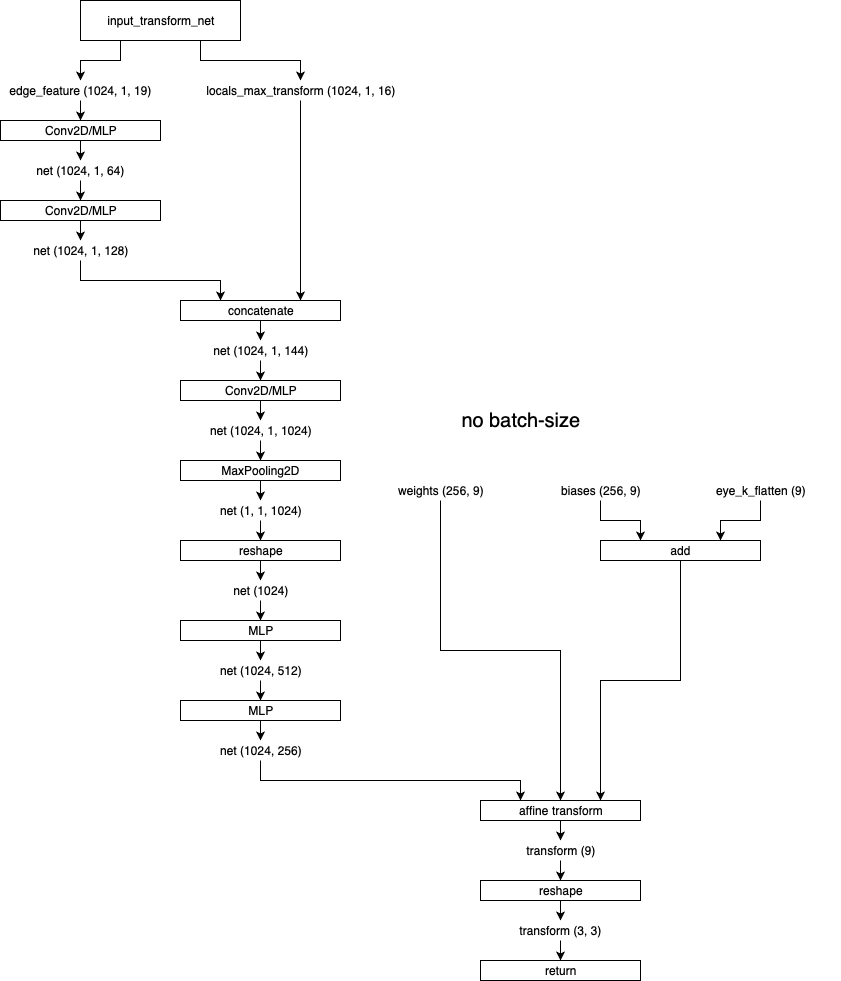
Above: resources/GAPNet-input_transform_net.png in AI-Guru/pointcloud_experiments (draw.io), before the change. Source tidied: cells renumbered, new cells last; positions are measured from the earlier drawing's top-left corner, leaving out a move shared by most shapes. Its diagram source:
```xml
<mxGraphModel>
  <root>
    <mxCell id="0" />
    <mxCell id="1" parent="0" />
    <mxCell id="2" style="edgeStyle=orthogonalEdgeStyle;rounded=0;jettySize=auto;html=1;exitX=0.25;exitY=1;exitDx=0;exitDy=0;entryX=0.5;entryY=0;entryDx=0;entryDy=0;" parent="1" edge="1" source="4" target="6">
      <mxGeometry relative="1" as="geometry" />
    </mxCell>
    <mxCell id="3" style="edgeStyle=orthogonalEdgeStyle;rounded=0;jettySize=auto;html=1;exitX=0.75;exitY=1;exitDx=0;exitDy=0;entryX=0.5;entryY=0;entryDx=0;entryDy=0;" parent="1" edge="1" source="4" target="10">
      <mxGeometry relative="1" as="geometry" />
    </mxCell>
    <mxCell id="4" value="input_transform_net" style="rounded=0;whiteSpace=wrap;html=1;" parent="1" vertex="1">
      <mxGeometry x="80" width="160" height="40" as="geometry" />
    </mxCell>
    <mxCell id="5" style="edgeStyle=orthogonalEdgeStyle;rounded=0;jettySize=auto;html=1;exitX=0.5;exitY=1;exitDx=0;exitDy=0;entryX=0.5;entryY=0;entryDx=0;entryDy=0;" parent="1" edge="1" source="6" target="8">
      <mxGeometry relative="1" as="geometry" />
    </mxCell>
    <mxCell id="6" value="edge_feature (1024, 1, 19)" style="text;html=1;strokeColor=none;fillColor=none;align=center;verticalAlign=middle;whiteSpace=wrap;rounded=0;" parent="1" vertex="1">
      <mxGeometry y="80" width="160" height="20" as="geometry" />
    </mxCell>
    <mxCell id="7" style="edgeStyle=orthogonalEdgeStyle;rounded=0;jettySize=auto;html=1;exitX=0.5;exitY=1;exitDx=0;exitDy=0;entryX=0.5;entryY=0;entryDx=0;entryDy=0;" parent="1" edge="1" source="8" target="12">
      <mxGeometry relative="1" as="geometry" />
    </mxCell>
    <mxCell id="8" value="Conv2D/MLP" style="rounded=0;whiteSpace=wrap;html=1;" parent="1" vertex="1">
      <mxGeometry y="120" width="160" height="20" as="geometry" />
    </mxCell>
    <mxCell id="9" style="edgeStyle=orthogonalEdgeStyle;rounded=0;jettySize=auto;html=1;exitX=0.5;exitY=1;exitDx=0;exitDy=0;entryX=0.75;entryY=0;entryDx=0;entryDy=0;" parent="1" edge="1" source="10" target="18">
      <mxGeometry relative="1" as="geometry" />
    </mxCell>
    <mxCell id="10" value="locals_max_transform (1024, 1, 16)" style="text;html=1;strokeColor=none;fillColor=none;align=center;verticalAlign=middle;whiteSpace=wrap;rounded=0;" parent="1" vertex="1">
      <mxGeometry x="200" y="80" width="200" height="20" as="geometry" />
    </mxCell>
    <mxCell id="11" style="edgeStyle=orthogonalEdgeStyle;rounded=0;jettySize=auto;html=1;exitX=0.5;exitY=1;exitDx=0;exitDy=0;entryX=0.5;entryY=0;entryDx=0;entryDy=0;" parent="1" edge="1" source="12" target="14">
      <mxGeometry relative="1" as="geometry" />
    </mxCell>
    <mxCell id="12" value="net (1024, 1, 64)" style="text;html=1;strokeColor=none;fillColor=none;align=center;verticalAlign=middle;whiteSpace=wrap;rounded=0;" parent="1" vertex="1">
      <mxGeometry y="160" width="160" height="20" as="geometry" />
    </mxCell>
    <mxCell id="13" style="edgeStyle=orthogonalEdgeStyle;rounded=0;jettySize=auto;html=1;exitX=0.5;exitY=1;exitDx=0;exitDy=0;entryX=0.5;entryY=0;entryDx=0;entryDy=0;" parent="1" edge="1" source="14" target="16">
      <mxGeometry relative="1" as="geometry" />
    </mxCell>
    <mxCell id="14" value="Conv2D/MLP" style="rounded=0;whiteSpace=wrap;html=1;" parent="1" vertex="1">
      <mxGeometry y="200" width="160" height="20" as="geometry" />
    </mxCell>
    <mxCell id="15" style="edgeStyle=orthogonalEdgeStyle;rounded=0;jettySize=auto;html=1;exitX=0.5;exitY=1;exitDx=0;exitDy=0;entryX=0.25;entryY=0;entryDx=0;entryDy=0;" parent="1" edge="1" source="16" target="18">
      <mxGeometry relative="1" as="geometry" />
    </mxCell>
    <mxCell id="16" value="net (1024, 1, 128)" style="text;html=1;strokeColor=none;fillColor=none;align=center;verticalAlign=middle;whiteSpace=wrap;rounded=0;" parent="1" vertex="1">
      <mxGeometry y="240" width="160" height="20" as="geometry" />
    </mxCell>
    <mxCell id="17" style="edgeStyle=orthogonalEdgeStyle;rounded=0;jettySize=auto;html=1;exitX=0.5;exitY=1;exitDx=0;exitDy=0;entryX=0.5;entryY=0;entryDx=0;entryDy=0;" parent="1" edge="1" source="18" target="20">
      <mxGeometry relative="1" as="geometry" />
    </mxCell>
    <mxCell id="18" value="concatenate" style="rounded=0;whiteSpace=wrap;html=1;" parent="1" vertex="1">
      <mxGeometry x="180" y="300" width="160" height="20" as="geometry" />
    </mxCell>
    <mxCell id="19" style="edgeStyle=orthogonalEdgeStyle;rounded=0;jettySize=auto;html=1;exitX=0.5;exitY=1;exitDx=0;exitDy=0;entryX=0.5;entryY=0;entryDx=0;entryDy=0;" parent="1" edge="1" source="20" target="22">
      <mxGeometry relative="1" as="geometry" />
    </mxCell>
    <mxCell id="20" value="net (1024, 1, 144)" style="text;html=1;strokeColor=none;fillColor=none;align=center;verticalAlign=middle;whiteSpace=wrap;rounded=0;" parent="1" vertex="1">
      <mxGeometry x="180" y="340" width="160" height="20" as="geometry" />
    </mxCell>
    <mxCell id="21" style="edgeStyle=orthogonalEdgeStyle;rounded=0;jettySize=auto;html=1;exitX=0.5;exitY=1;exitDx=0;exitDy=0;entryX=0.5;entryY=0;entryDx=0;entryDy=0;" parent="1" edge="1" source="22" target="24">
      <mxGeometry relative="1" as="geometry" />
    </mxCell>
    <mxCell id="22" value="Conv2D/MLP" style="rounded=0;whiteSpace=wrap;html=1;" parent="1" vertex="1">
      <mxGeometry x="180" y="380" width="160" height="20" as="geometry" />
    </mxCell>
    <mxCell id="23" style="edgeStyle=orthogonalEdgeStyle;rounded=0;jettySize=auto;html=1;exitX=0.5;exitY=1;exitDx=0;exitDy=0;entryX=0.5;entryY=0;entryDx=0;entryDy=0;" parent="1" edge="1" source="24" target="26">
      <mxGeometry relative="1" as="geometry" />
    </mxCell>
    <mxCell id="24" value="net (1024, 1, 1024)" style="text;html=1;strokeColor=none;fillColor=none;align=center;verticalAlign=middle;whiteSpace=wrap;rounded=0;" parent="1" vertex="1">
      <mxGeometry x="180" y="420" width="160" height="20" as="geometry" />
    </mxCell>
    <mxCell id="25" style="edgeStyle=orthogonalEdgeStyle;rounded=0;jettySize=auto;html=1;exitX=0.5;exitY=1;exitDx=0;exitDy=0;entryX=0.5;entryY=0;entryDx=0;entryDy=0;" parent="1" edge="1" source="26" target="28">
      <mxGeometry relative="1" as="geometry" />
    </mxCell>
    <mxCell id="26" value="MaxPooling2D" style="rounded=0;whiteSpace=wrap;html=1;" parent="1" vertex="1">
      <mxGeometry x="180" y="460" width="160" height="20" as="geometry" />
    </mxCell>
    <mxCell id="27" style="edgeStyle=orthogonalEdgeStyle;rounded=0;jettySize=auto;html=1;exitX=0.5;exitY=1;exitDx=0;exitDy=0;entryX=0.5;entryY=0;entryDx=0;entryDy=0;" parent="1" edge="1" source="28" target="30">
      <mxGeometry relative="1" as="geometry" />
    </mxCell>
    <mxCell id="28" value="net (1, 1, 1024)" style="text;html=1;strokeColor=none;fillColor=none;align=center;verticalAlign=middle;whiteSpace=wrap;rounded=0;" parent="1" vertex="1">
      <mxGeometry x="180" y="500" width="160" height="20" as="geometry" />
    </mxCell>
    <mxCell id="29" style="edgeStyle=orthogonalEdgeStyle;rounded=0;jettySize=auto;html=1;exitX=0.5;exitY=1;exitDx=0;exitDy=0;entryX=0.5;entryY=0;entryDx=0;entryDy=0;" parent="1" edge="1" source="30" target="32">
      <mxGeometry relative="1" as="geometry" />
    </mxCell>
    <mxCell id="30" value="reshape" style="rounded=0;whiteSpace=wrap;html=1;" parent="1" vertex="1">
      <mxGeometry x="180" y="540" width="160" height="20" as="geometry" />
    </mxCell>
    <mxCell id="31" style="edgeStyle=orthogonalEdgeStyle;rounded=0;jettySize=auto;html=1;exitX=0.5;exitY=1;exitDx=0;exitDy=0;entryX=0.5;entryY=0;entryDx=0;entryDy=0;" parent="1" edge="1" source="32" target="34">
      <mxGeometry relative="1" as="geometry" />
    </mxCell>
    <mxCell id="32" value="net (1024)" style="text;html=1;strokeColor=none;fillColor=none;align=center;verticalAlign=middle;whiteSpace=wrap;rounded=0;" parent="1" vertex="1">
      <mxGeometry x="180" y="580" width="160" height="20" as="geometry" />
    </mxCell>
    <mxCell id="33" style="edgeStyle=orthogonalEdgeStyle;rounded=0;jettySize=auto;html=1;exitX=0.5;exitY=1;exitDx=0;exitDy=0;entryX=0.5;entryY=0;entryDx=0;entryDy=0;" parent="1" edge="1" source="34" target="36">
      <mxGeometry relative="1" as="geometry" />
    </mxCell>
    <mxCell id="34" value="MLP" style="rounded=0;whiteSpace=wrap;html=1;" parent="1" vertex="1">
      <mxGeometry x="180" y="620" width="160" height="20" as="geometry" />
    </mxCell>
    <mxCell id="35" style="edgeStyle=orthogonalEdgeStyle;rounded=0;jettySize=auto;html=1;exitX=0.5;exitY=1;exitDx=0;exitDy=0;entryX=0.5;entryY=0;entryDx=0;entryDy=0;" parent="1" edge="1" source="36" target="38">
      <mxGeometry relative="1" as="geometry" />
    </mxCell>
    <mxCell id="36" value="net (1024, 512)" style="text;html=1;strokeColor=none;fillColor=none;align=center;verticalAlign=middle;whiteSpace=wrap;rounded=0;" parent="1" vertex="1">
      <mxGeometry x="180" y="660" width="160" height="20" as="geometry" />
    </mxCell>
    <mxCell id="37" style="edgeStyle=orthogonalEdgeStyle;rounded=0;jettySize=auto;html=1;exitX=0.5;exitY=1;exitDx=0;exitDy=0;entryX=0.5;entryY=0;entryDx=0;entryDy=0;" parent="1" edge="1" source="38" target="40">
      <mxGeometry relative="1" as="geometry" />
    </mxCell>
    <mxCell id="38" value="MLP" style="rounded=0;whiteSpace=wrap;html=1;" parent="1" vertex="1">
      <mxGeometry x="180" y="700" width="160" height="20" as="geometry" />
    </mxCell>
    <mxCell id="39" style="edgeStyle=orthogonalEdgeStyle;rounded=0;jettySize=auto;html=1;exitX=0.5;exitY=1;exitDx=0;exitDy=0;entryX=0.25;entryY=0;entryDx=0;entryDy=0;" parent="1" edge="1" source="40" target="51">
      <mxGeometry relative="1" as="geometry" />
    </mxCell>
    <mxCell id="40" value="net (1024, 256)" style="text;html=1;strokeColor=none;fillColor=none;align=center;verticalAlign=middle;whiteSpace=wrap;rounded=0;" parent="1" vertex="1">
      <mxGeometry x="180" y="740" width="160" height="20" as="geometry" />
    </mxCell>
    <mxCell id="41" style="edgeStyle=orthogonalEdgeStyle;rounded=0;jettySize=auto;html=1;exitX=0.5;exitY=1;exitDx=0;exitDy=0;entryX=0.5;entryY=0;entryDx=0;entryDy=0;" parent="1" edge="1" source="42" target="51">
      <mxGeometry relative="1" as="geometry" />
    </mxCell>
    <mxCell id="42" value="weights (256, 9)" style="text;html=1;strokeColor=none;fillColor=none;align=center;verticalAlign=middle;whiteSpace=wrap;rounded=0;" parent="1" vertex="1">
      <mxGeometry x="360" y="480" width="160" height="20" as="geometry" />
    </mxCell>
    <mxCell id="43" value="&lt;font style=&quot;font-size: 20px&quot;&gt;no batch-size&lt;/font&gt;" style="text;html=1;strokeColor=none;fillColor=none;align=center;verticalAlign=middle;whiteSpace=wrap;rounded=0;" parent="1" vertex="1">
      <mxGeometry x="440" y="400" width="160" height="40" as="geometry" />
    </mxCell>
    <mxCell id="44" style="edgeStyle=orthogonalEdgeStyle;rounded=0;jettySize=auto;html=1;exitX=0.5;exitY=1;exitDx=0;exitDy=0;entryX=0.25;entryY=0;entryDx=0;entryDy=0;" parent="1" edge="1" source="45" target="49">
      <mxGeometry relative="1" as="geometry" />
    </mxCell>
    <mxCell id="45" value="biases (256, 9)" style="text;html=1;strokeColor=none;fillColor=none;align=center;verticalAlign=middle;whiteSpace=wrap;rounded=0;" parent="1" vertex="1">
      <mxGeometry x="520" y="480" width="160" height="20" as="geometry" />
    </mxCell>
    <mxCell id="46" style="edgeStyle=orthogonalEdgeStyle;rounded=0;jettySize=auto;html=1;exitX=0.5;exitY=1;exitDx=0;exitDy=0;entryX=0.75;entryY=0;entryDx=0;entryDy=0;" parent="1" edge="1" source="47" target="49">
      <mxGeometry relative="1" as="geometry" />
    </mxCell>
    <mxCell id="47" value="eye_k_flatten (9)" style="text;html=1;strokeColor=none;fillColor=none;align=center;verticalAlign=middle;whiteSpace=wrap;rounded=0;" parent="1" vertex="1">
      <mxGeometry x="680" y="480" width="160" height="20" as="geometry" />
    </mxCell>
    <mxCell id="48" style="edgeStyle=orthogonalEdgeStyle;rounded=0;jettySize=auto;html=1;exitX=0.5;exitY=1;exitDx=0;exitDy=0;entryX=0.75;entryY=0;entryDx=0;entryDy=0;" parent="1" edge="1" source="49" target="51">
      <mxGeometry relative="1" as="geometry" />
    </mxCell>
    <mxCell id="49" value="add" style="rounded=0;whiteSpace=wrap;html=1;" parent="1" vertex="1">
      <mxGeometry x="600" y="540" width="160" height="20" as="geometry" />
    </mxCell>
    <mxCell id="50" style="edgeStyle=orthogonalEdgeStyle;rounded=0;jettySize=auto;html=1;exitX=0.5;exitY=1;exitDx=0;exitDy=0;entryX=0.5;entryY=0;entryDx=0;entryDy=0;" parent="1" edge="1" source="51" target="53">
      <mxGeometry relative="1" as="geometry" />
    </mxCell>
    <mxCell id="51" value="affine transform" style="rounded=0;whiteSpace=wrap;html=1;" parent="1" vertex="1">
      <mxGeometry x="480" y="800" width="160" height="20" as="geometry" />
    </mxCell>
    <mxCell id="52" style="edgeStyle=orthogonalEdgeStyle;rounded=0;jettySize=auto;html=1;exitX=0.5;exitY=1;exitDx=0;exitDy=0;entryX=0.5;entryY=0;entryDx=0;entryDy=0;" parent="1" edge="1" source="53" target="55">
      <mxGeometry relative="1" as="geometry" />
    </mxCell>
    <mxCell id="53" value="transform (9)" style="text;html=1;strokeColor=none;fillColor=none;align=center;verticalAlign=middle;whiteSpace=wrap;rounded=0;" parent="1" vertex="1">
      <mxGeometry x="480" y="840" width="160" height="20" as="geometry" />
    </mxCell>
    <mxCell id="54" style="edgeStyle=orthogonalEdgeStyle;rounded=0;jettySize=auto;html=1;exitX=0.5;exitY=1;exitDx=0;exitDy=0;entryX=0.5;entryY=0;entryDx=0;entryDy=0;" parent="1" edge="1" source="55" target="57">
      <mxGeometry relative="1" as="geometry" />
    </mxCell>
    <mxCell id="55" value="reshape" style="rounded=0;whiteSpace=wrap;html=1;" parent="1" vertex="1">
      <mxGeometry x="480" y="880" width="160" height="20" as="geometry" />
    </mxCell>
    <mxCell id="56" style="edgeStyle=orthogonalEdgeStyle;rounded=0;jettySize=auto;html=1;exitX=0.5;exitY=1;exitDx=0;exitDy=0;entryX=0.5;entryY=0;entryDx=0;entryDy=0;" parent="1" edge="1" source="57" target="58">
      <mxGeometry relative="1" as="geometry" />
    </mxCell>
    <mxCell id="57" value="transform (3, 3)" style="text;html=1;strokeColor=none;fillColor=none;align=center;verticalAlign=middle;whiteSpace=wrap;rounded=0;" parent="1" vertex="1">
      <mxGeometry x="480" y="920" width="160" height="20" as="geometry" />
    </mxCell>
    <mxCell id="58" value="return" style="rounded=0;whiteSpace=wrap;html=1;" parent="1" vertex="1">
      <mxGeometry x="480" y="960" width="160" height="20" as="geometry" />
    </mxCell>
  </root>
</mxGraphModel>
```
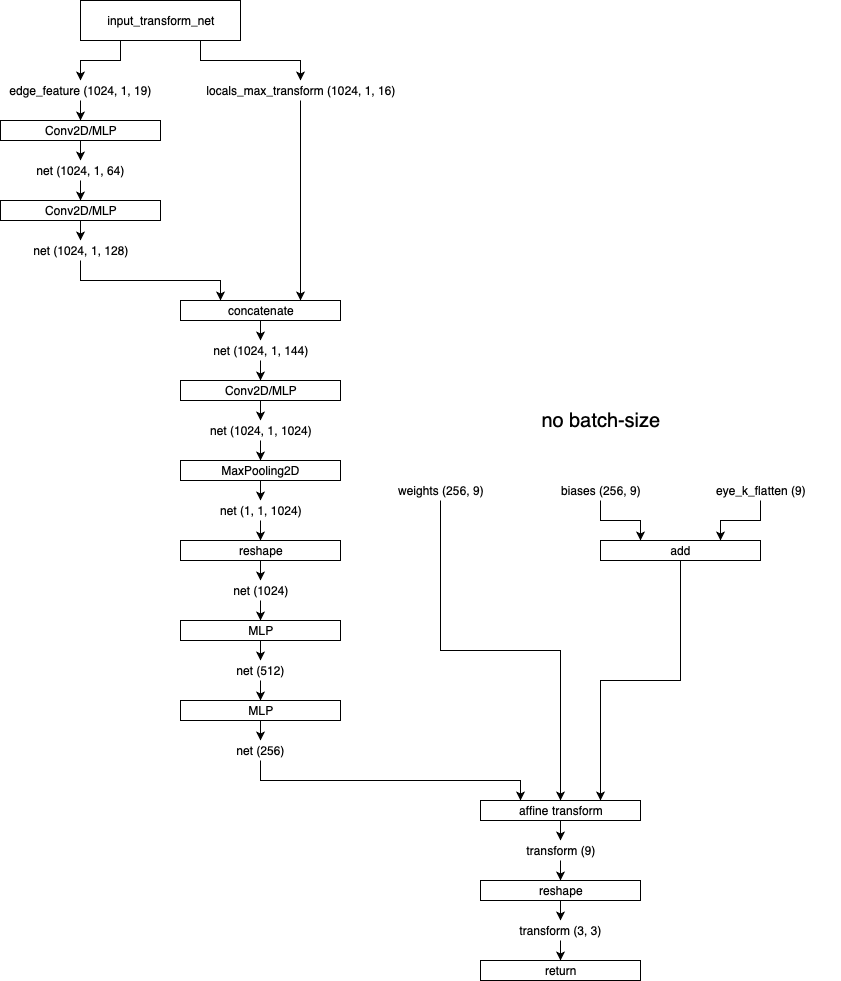
The same diagram one commit later.

Commit message:
First stable GAPNet implementation.

Diff of the diagram source:
```diff
@@ -104,7 +104,7 @@
     <mxCell id="35" style="edgeStyle=orthogonalEdgeStyle;rounded=0;jettySize=auto;html=1;exitX=0.5;exitY=1;exitDx=0;exitDy=0;entryX=0.5;entryY=0;entryDx=0;entryDy=0;" parent="1" edge="1" source="36" target="38">
       <mxGeometry relative="1" as="geometry" />
     </mxCell>
-    <mxCell id="36" value="net (1024, 512)" style="text;html=1;strokeColor=none;fillColor=none;align=center;verticalAlign=middle;whiteSpace=wrap;rounded=0;" parent="1" vertex="1">
+    <mxCell id="36" value="net (512)" style="text;html=1;strokeColor=none;fillColor=none;align=center;verticalAlign=middle;whiteSpace=wrap;rounded=0;" parent="1" vertex="1">
       <mxGeometry x="180" y="660" width="160" height="20" as="geometry" />
     </mxCell>
     <mxCell id="37" style="edgeStyle=orthogonalEdgeStyle;rounded=0;jettySize=auto;html=1;exitX=0.5;exitY=1;exitDx=0;exitDy=0;entryX=0.5;entryY=0;entryDx=0;entryDy=0;" parent="1" edge="1" source="38" target="40">
@@ -116,7 +116,7 @@
     <mxCell id="39" style="edgeStyle=orthogonalEdgeStyle;rounded=0;jettySize=auto;html=1;exitX=0.5;exitY=1;exitDx=0;exitDy=0;entryX=0.25;entryY=0;entryDx=0;entryDy=0;" parent="1" edge="1" source="40" target="51">
       <mxGeometry relative="1" as="geometry" />
     </mxCell>
-    <mxCell id="40" value="net (1024, 256)" style="text;html=1;strokeColor=none;fillColor=none;align=center;verticalAlign=middle;whiteSpace=wrap;rounded=0;" parent="1" vertex="1">
+    <mxCell id="40" value="net (256)" style="text;html=1;strokeColor=none;fillColor=none;align=center;verticalAlign=middle;whiteSpace=wrap;rounded=0;" parent="1" vertex="1">
       <mxGeometry x="180" y="740" width="160" height="20" as="geometry" />
     </mxCell>
     <mxCell id="41" style="edgeStyle=orthogonalEdgeStyle;rounded=0;jettySize=auto;html=1;exitX=0.5;exitY=1;exitDx=0;exitDy=0;entryX=0.5;entryY=0;entryDx=0;entryDy=0;" parent="1" edge="1" source="42" target="51">
@@ -126,7 +126,7 @@
       <mxGeometry x="360" y="480" width="160" height="20" as="geometry" />
     </mxCell>
     <mxCell id="43" value="&lt;font style=&quot;font-size: 20px&quot;&gt;no batch-size&lt;/font&gt;" style="text;html=1;strokeColor=none;fillColor=none;align=center;verticalAlign=middle;whiteSpace=wrap;rounded=0;" parent="1" vertex="1">
-      <mxGeometry x="440" y="400" width="160" height="40" as="geometry" />
+      <mxGeometry x="520" y="400" width="160" height="40" as="geometry" />
     </mxCell>
     <mxCell id="44" style="edgeStyle=orthogonalEdgeStyle;rounded=0;jettySize=auto;html=1;exitX=0.5;exitY=1;exitDx=0;exitDy=0;entryX=0.25;entryY=0;entryDx=0;entryDy=0;" parent="1" edge="1" source="45" target="49">
       <mxGeometry relative="1" as="geometry" />
```
